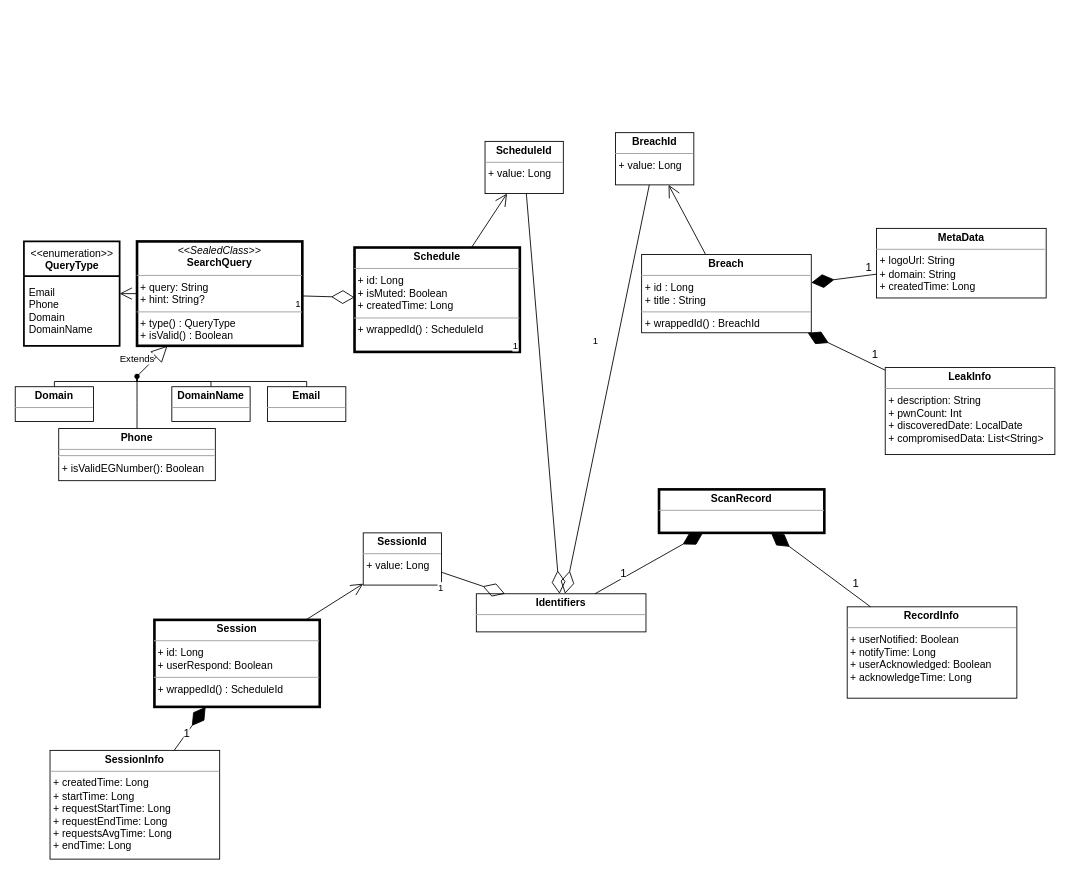
RobertMaged/MyGuard keeps this draw.io diagram as page "entities" (5 of 5) of docs/myguard-app-digram.drawio. Above is the earlier version. Source tidied: cells renumbered, new cells numbered last; positions are measured from the earlier drawing's top-left corner, leaving out a move shared by most shapes. Both pictures are drawn from the tidied source at 87%, with x=0, y=0 at pixel (15, 132).
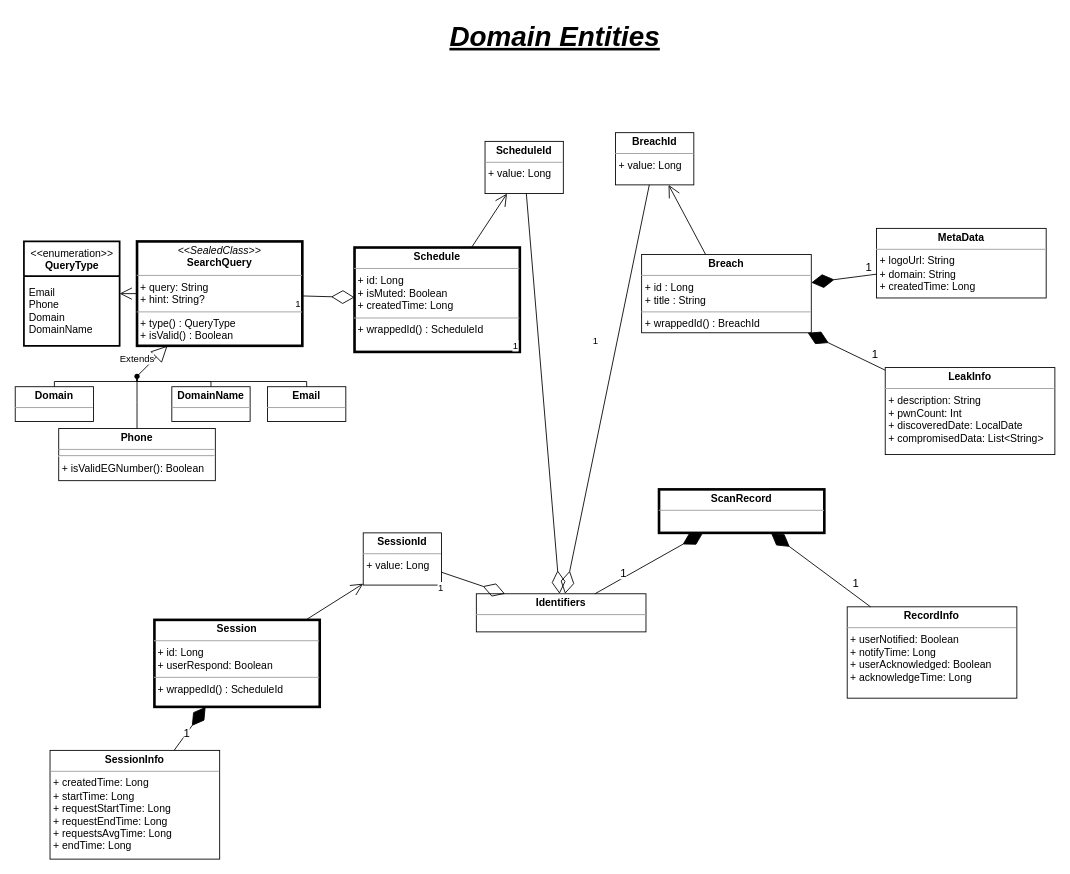
The same diagram, later.

The edit, as a diff of the source:
```diff
@@
+    <mxCell id="49" value="Domain Entities" style="text;html=1;align=center;verticalAlign=middle;strokeColor=none;fillColor=none;hachureGap=4;fontSize=32;fontStyle=7;" parent="1" vertex="1">
+      <mxGeometry x="485" y="-135" width="270" height="50" as="geometry" />
+    </mxCell>
```
